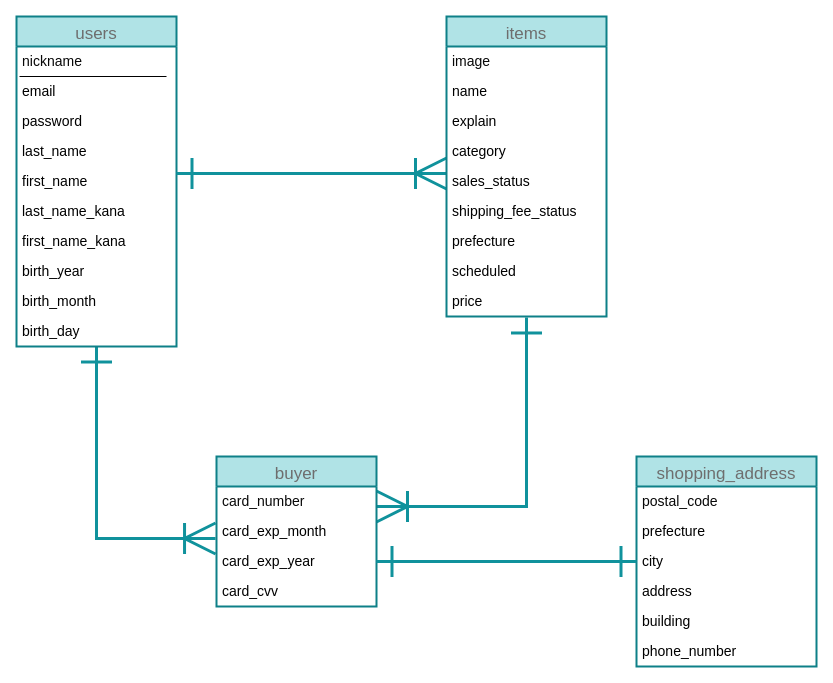
This is furima.dio from Ioa-041/furima-30559, a draw.io file, before an edit. Source tidied: cells renumbered, new cells numbered last; positions are measured from the earlier drawing's top-left corner, leaving out a move shared by most shapes. Both pictures are drawn from the tidied source at 100%, with x=0, y=0 at pixel (16, 16).
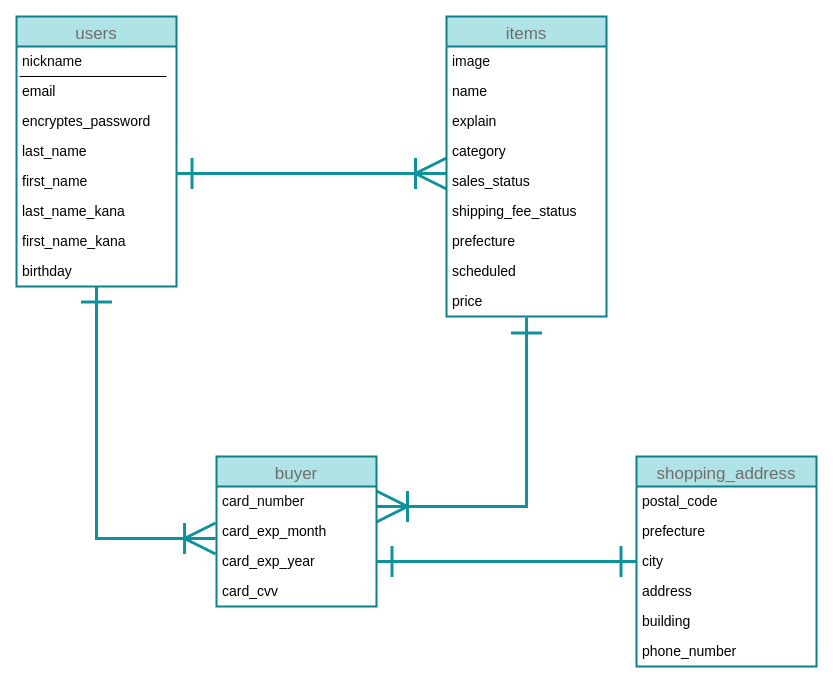
The same page after the edit.

Commit message (it also covers changes not shown here):
誕生日のカラムをbirthdayカラム１つにまとめた

What changed in the source:
```diff
@@
     <mxCell id="3" value="users" style="swimlane;fontStyle=0;horizontal=1;startSize=30;align=center;fontSize=17;strokeColor=#0e8088;labelBackgroundColor=none;fillColor=#b0e3e6;fontColor=#6E6E6E;strokeWidth=2;" parent="1" vertex="1">
-      <mxGeometry width="160" height="330" as="geometry" />
+      <mxGeometry width="160" height="270" as="geometry" />
     </mxCell>
@@
-    <mxCell id="7" value="password" style="text;strokeColor=none;fillColor=none;spacingLeft=4;spacingRight=4;overflow=hidden;fontSize=14;fontColor=#000000;" parent="3" vertex="1">
+    <mxCell id="7" value="encryptes_password" style="text;strokeColor=none;fillColor=none;spacingLeft=4;spacingRight=4;overflow=hidden;fontSize=14;fontColor=#000000;" parent="3" vertex="1">
       <mxGeometry y="90" width="160" height="30" as="geometry" />
     </mxCell>
@@
-    <mxCell id="12" value="birth_year" style="text;strokeColor=none;fillColor=none;spacingLeft=4;spacingRight=4;overflow=hidden;fontSize=14;fontColor=#000000;" parent="3" vertex="1">
-      <mxGeometry y="240" width="160" height="30" as="geometry" />
-    </mxCell>
-    <mxCell id="13" value="birth_month" style="text;strokeColor=none;fillColor=none;spacingLeft=4;spacingRight=4;overflow=hidden;fontSize=14;fontColor=#000000;" parent="3" vertex="1">
-      <mxGeometry y="270" width="160" height="30" as="geometry" />
-    </mxCell>
-    <mxCell id="14" value="birth_day" style="text;strokeColor=none;fillColor=none;spacingLeft=4;spacingRight=4;overflow=hidden;fontSize=14;fontColor=#000000;" parent="3" vertex="1">
-      <mxGeometry y="300" width="160" height="30" as="geometry" />
+    <mxCell id="14" value="birthday" style="text;strokeColor=none;fillColor=none;spacingLeft=4;spacingRight=4;overflow=hidden;fontSize=14;fontColor=#000000;" parent="3" vertex="1">
+      <mxGeometry y="240" width="160" height="30" as="geometry" />
     </mxCell>
```
